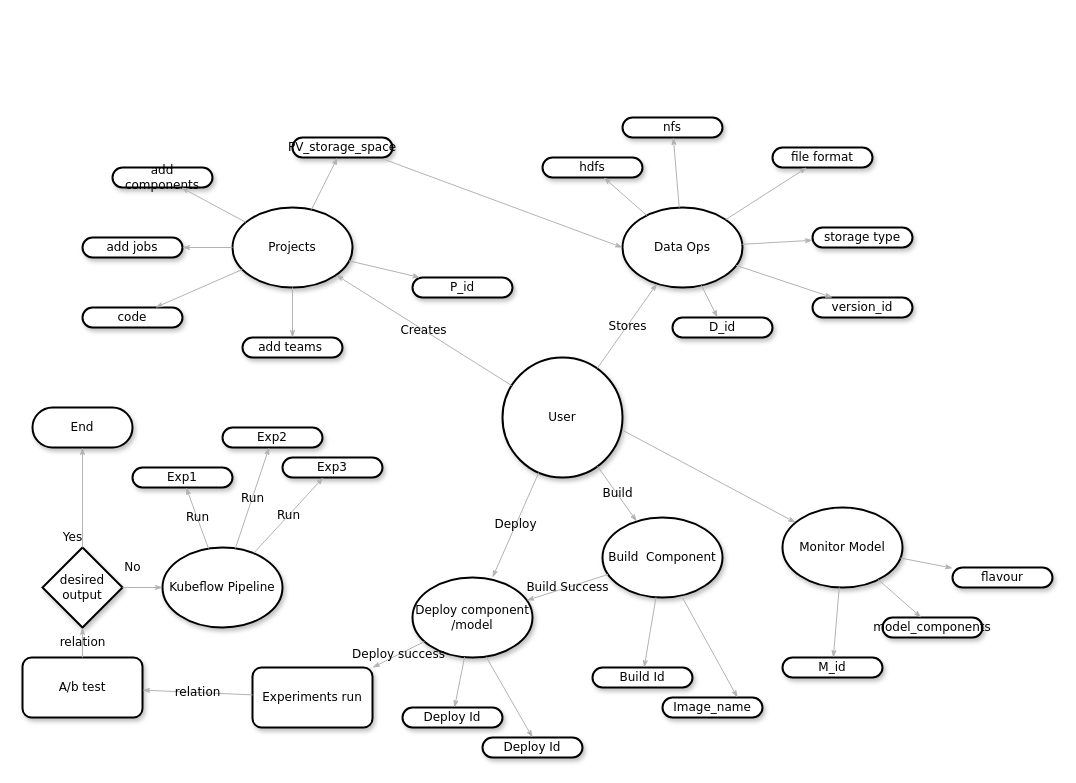
This is concept_map.drawio from ShubhamNagure/Assignments, a draw.io file, before an edit. Source tidied: cells renumbered, new cells numbered last; positions are measured from the earlier drawing's top-left corner, leaving out a move shared by most shapes. Both pictures are drawn from the tidied source at 100%, with x=0, y=0 at pixel (22, 117). Pictures stored in the file or linked from it are replaced by grey dashed boxes.
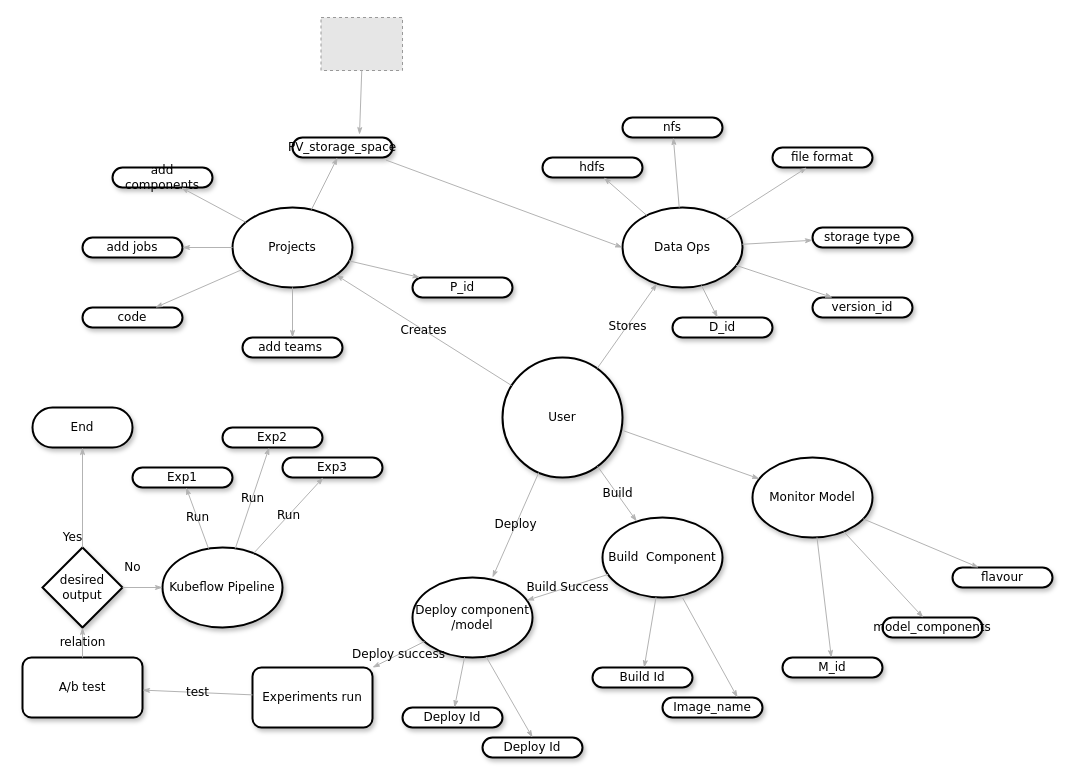
Above is the later version.

The change refers to these unchanged cells:
```xml
<mxCell id="11" value="PV_storage_space" style="whiteSpace=wrap;html=1;rounded=1;shadow=1;comic=0;labelBackgroundColor=none;strokeWidth=2;fontFamily=Verdana;fontSize=12;align=center;arcSize=50;" parent="1" vertex="1">
  <mxGeometry x="270" y="20" width="100" height="20" as="geometry" />
</mxCell>
<mxCell id="23" value="A/b test" style="rounded=1;whiteSpace=wrap;html=1;shadow=1;comic=0;labelBackgroundColor=none;strokeWidth=2;fontFamily=Verdana;fontSize=12;align=center;" parent="1" vertex="1">
  <mxGeometry y="540" width="120" height="60" as="geometry" />
</mxCell>
<mxCell id="24" value="Experiments run" style="rounded=1;whiteSpace=wrap;html=1;shadow=1;comic=0;labelBackgroundColor=none;strokeWidth=2;fontFamily=Verdana;fontSize=12;align=center;" parent="1" vertex="1">
  <mxGeometry x="230" y="550" width="120" height="60" as="geometry" />
</mxCell>
```

What changed in the source:
```diff
@@
     <mxCell id="7" value="&lt;span&gt;Monitor Model&lt;/span&gt;" style="ellipse;whiteSpace=wrap;html=1;rounded=1;shadow=1;comic=0;labelBackgroundColor=none;strokeWidth=2;fontFamily=Verdana;fontSize=12;align=center;" parent="1" vertex="1">
-      <mxGeometry x="760" y="390" width="120" height="80" as="geometry" />
+      <mxGeometry x="730" y="340" width="120" height="80" as="geometry" />
     </mxCell>
@@
-    <mxCell id="44" value="relation" style="edgeStyle=none;rounded=1;html=1;labelBackgroundColor=none;startArrow=none;startFill=0;startSize=5;endArrow=classicThin;endFill=1;endSize=5;jettySize=auto;strokeColor=#B3B3B3;strokeWidth=1;fontFamily=Verdana;fontSize=12;" parent="1" edge="1" source="24" target="23">
+    <mxCell id="44" value="test" style="edgeStyle=none;rounded=1;html=1;labelBackgroundColor=none;startArrow=none;startFill=0;startSize=5;endArrow=classicThin;endFill=1;endSize=5;jettySize=auto;strokeColor=#B3B3B3;strokeWidth=1;fontFamily=Verdana;fontSize=12;" parent="1" edge="1" source="24" target="23">
       <mxGeometry relative="1" as="geometry" />
     </mxCell>
@@
+    <mxCell id="69" style="fillColor=#E6E6E6;strokeColor=#999999;dashed=1;verticalLabelPosition=bottom;labelBackgroundColor=#ffffff;verticalAlign=top;" parent="1" vertex="1">
+      <mxGeometry x="298.5" y="-100" width="81.5" height="53" as="geometry" />
+    </mxCell>
+    <mxCell id="70" style="edgeStyle=none;rounded=1;html=1;labelBackgroundColor=none;startArrow=none;startFill=0;startSize=5;endArrow=classicThin;endFill=1;endSize=5;jettySize=auto;strokeColor=#B3B3B3;strokeWidth=1;fontFamily=Verdana;fontSize=12;exitX=0.5;exitY=1;exitDx=0;exitDy=0;entryX=0.67;entryY=-0.146;entryDx=0;entryDy=0;entryPerimeter=0;" parent="1" edge="1" source="69" target="11">
+      <mxGeometry relative="1" as="geometry" />
+    </mxCell>
```
